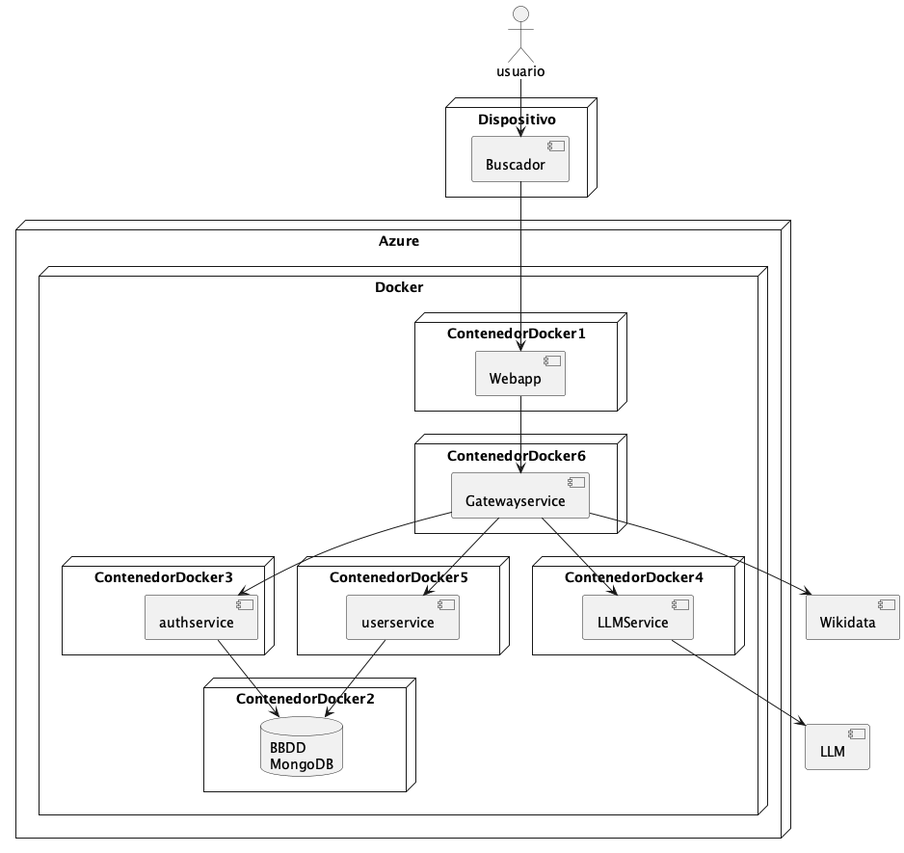
Above: images/arquitectura.png in Arquisoft/wichat_es5b (PlantUML), before the change.
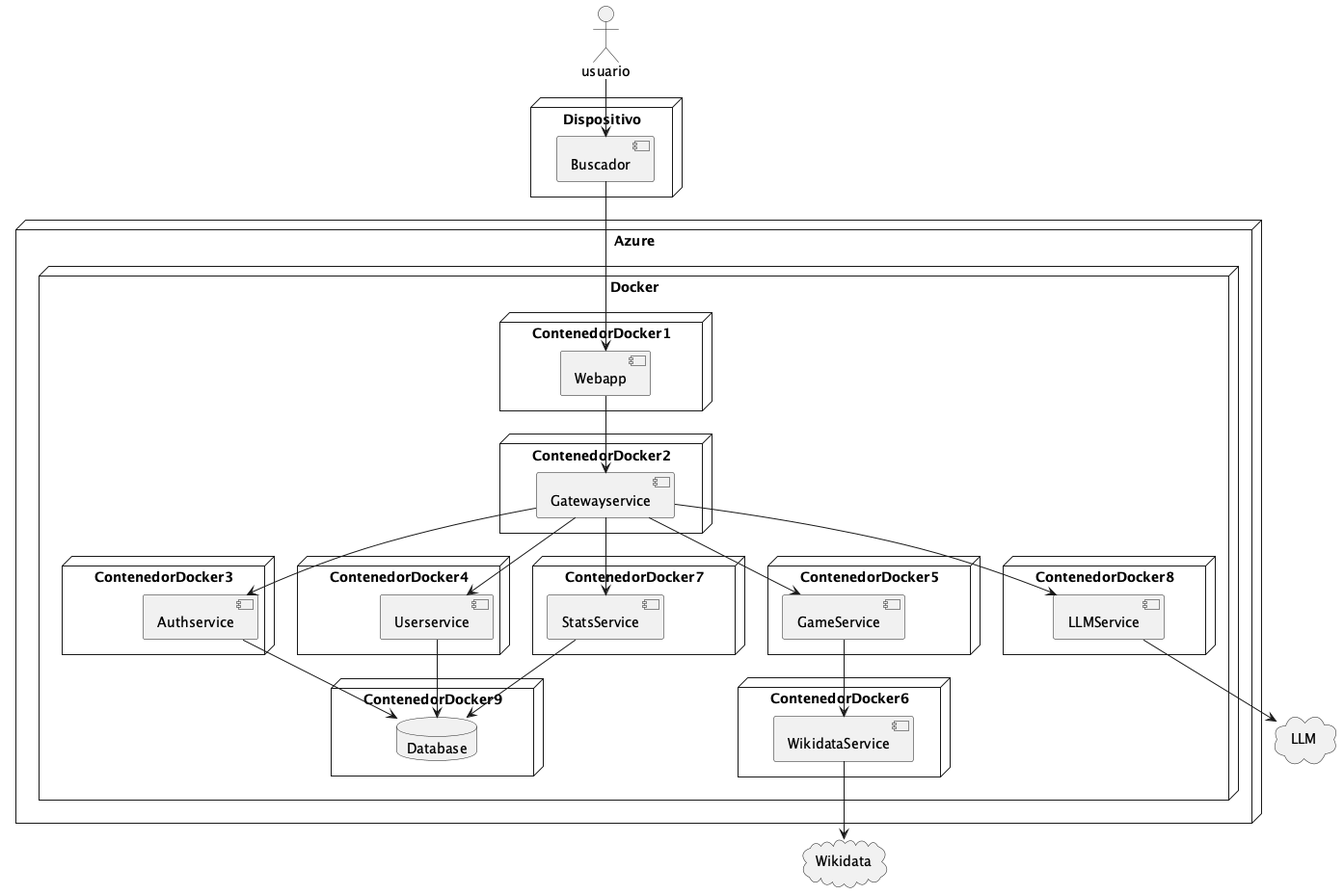
Later version of the same file.

The edit, as a diff of the source:
```diff
@@ -1,10 +1,11 @@
 @startuml
 
 
+actor usuario
 
-[Wikidata] as Wikidata
-actor usuario
-[LLM]
+node Dispositivo{
+    [Buscador] as buscador
+}
 
 node Azure{
     node Docker{
@@ -13,40 +14,56 @@
         }
 
         node ContenedorDocker2{
-            database "BBDD\nMongoDB" as BBDD
+            [Gatewayservice] as gateway
         }
 
         node ContenedorDocker3{
-            [authservice] as ause
+            [Authservice] as authservice
         }
 
         node ContenedorDocker4{
-            [LLMService] as LLMService
+            [Userservice] as userservice
         }
 
         node ContenedorDocker5{
-            [userservice] as userService
+            [GameService] as gameservice
         }
 
         node ContenedorDocker6{
-            [Gatewayservice] as gateway
+            [WikidataService] as wikidataservice
         }
+
+        node ContenedorDocker7{
+            [StatsService] as statsservice
+        }
+
+        node ContenedorDocker8{
+            [LLMService] as llmservice
+        }
+
+        node ContenedorDocker9{
+            database "Database" as database
+        }
+
     }
 }
 
-node Dispositivo{
-    [Buscador] as buscador
-}
+Cloud "Wikidata"
+Cloud "LLM"
 
 usuario --> buscador
 buscador --> webapp
 webapp --> gateway
-gateway --> LLMService
-LLMService --> LLM
-gateway --> ause
-gateway --> userService
-gateway --> Wikidata
-userService --> BBDD
-ause --> BBDD
+gateway --> llmservice
+llmservice --> LLM
+gateway --> authservice
+gateway --> userservice
+gateway --> gameservice
+gameservice --> wikidataservice
+wikidataservice --> "Wikidata"
+userservice --> database
+authservice --> database
+gateway --> statsservice
+statsservice --> database
 
 @enduml
```
